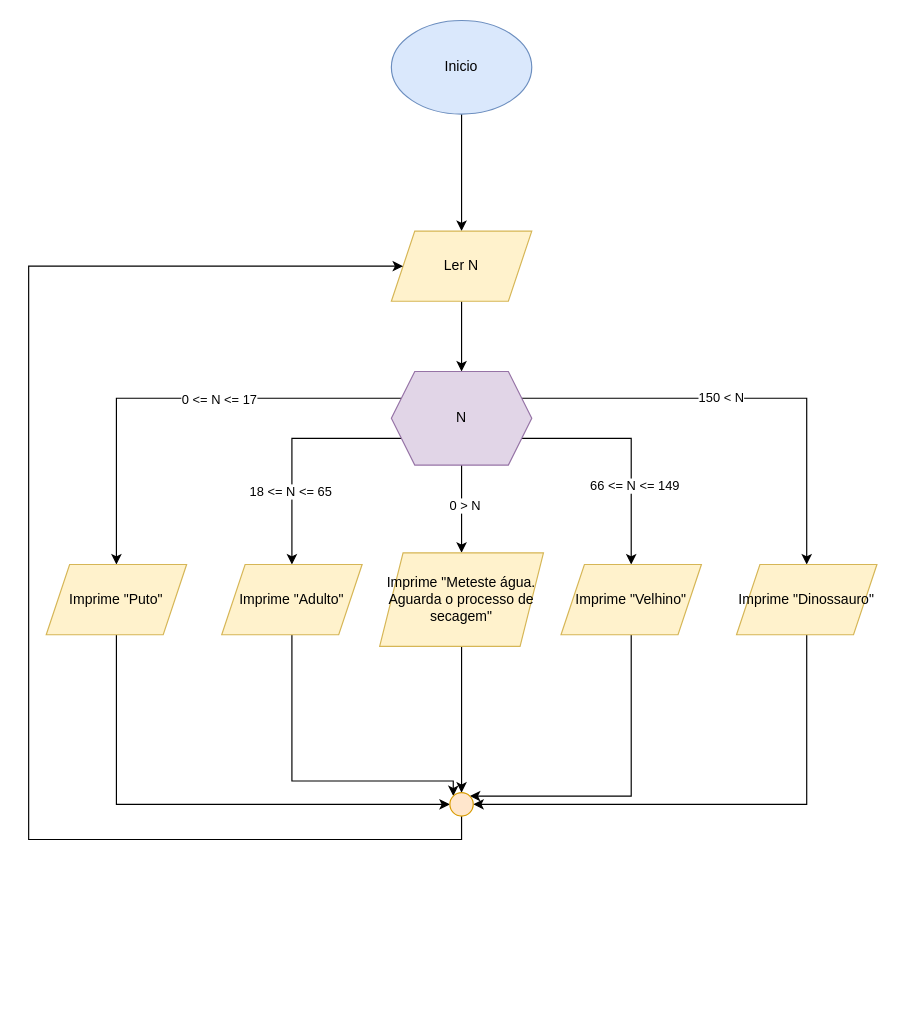
Before: Fluxograma 10.drawio in Kinner25/Fluxogramas, a draw.io diagram. Source tidied: cells renumbered, new cells numbered last; positions are measured from the earlier drawing's top-left corner, leaving out a move shared by most shapes. Both pictures are drawn from the tidied source at 117%, with x=0, y=0 at pixel (28, 20).
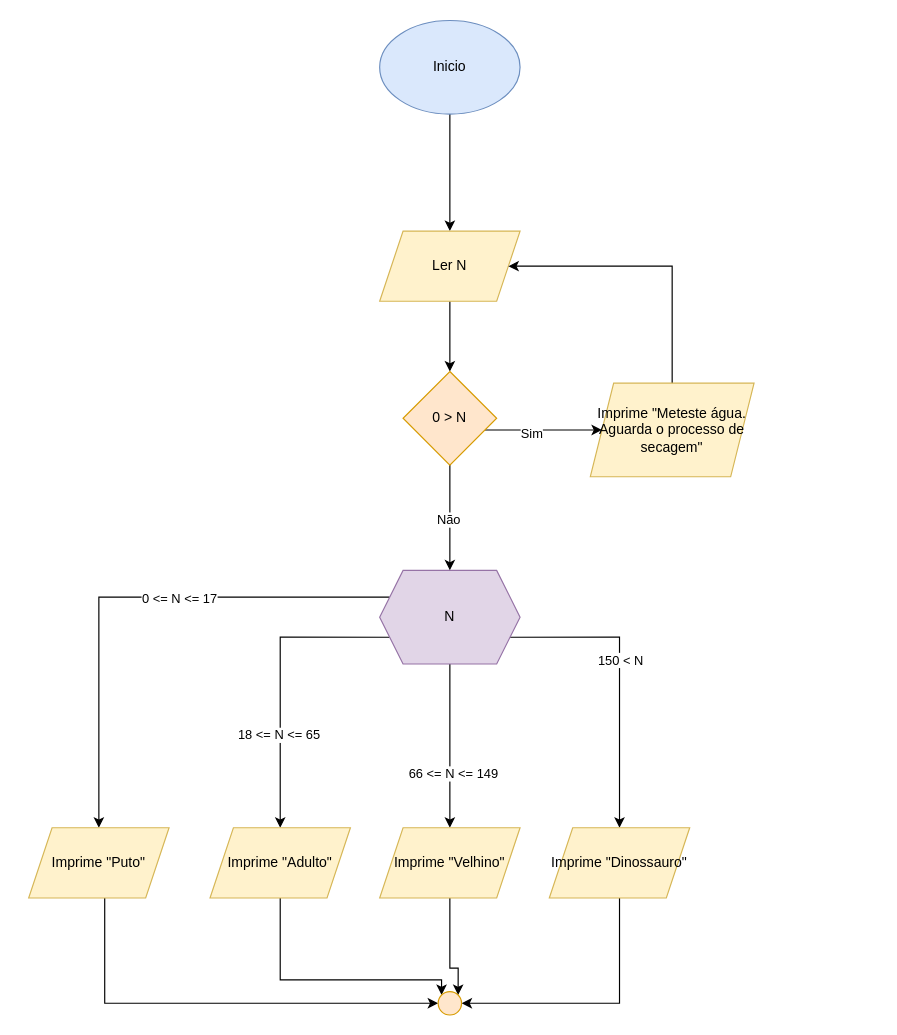
The same page after the edit.

What changed in the source:
```diff
@@
     <mxCell id="3" value="Inicio" style="ellipse;whiteSpace=wrap;html=1;shapeInside=1;fillColor=#dae8fc;strokeColor=#6c8ebf;" parent="1" vertex="1">
-      <mxGeometry x="310" width="120" height="80" as="geometry" />
+      <mxGeometry x="300" width="120" height="80" as="geometry" />
     </mxCell>
-    <mxCell id="4" style="edgeStyle=orthogonalEdgeStyle;rounded=0;jettySize=auto;html=1;" parent="1" edge="1" source="5" target="16">
-      <mxGeometry relative="1" as="geometry" />
-    </mxCell>
+    <mxCell id="29" style="edgeStyle=orthogonalEdgeStyle;rounded=0;jettySize=auto;html=1;entryX=0.5;entryY=0;entryDx=0;entryDy=0;" parent="1" edge="1" source="5" target="7">
+      <mxGeometry relative="1" as="geometry" />
+    </mxCell>
     <mxCell id="5" value="Ler N" style="shape=parallelogram;perimeter=parallelogramPerimeter;whiteSpace=wrap;html=1;shapeInside=1;fixedSize=1;fillColor=#fff2cc;strokeColor=#d6b656;" parent="1" vertex="1">
-      <mxGeometry x="310" y="180" width="120" height="60" as="geometry" />
+      <mxGeometry x="300" y="180" width="120" height="60" as="geometry" />
     </mxCell>
-    <mxCell id="6" style="edgeStyle=orthogonalEdgeStyle;rounded=0;jettySize=auto;html=1;entryX=0.5;entryY=0;entryDx=0;entryDy=0;" parent="1" edge="1" source="16" target="22">
-      <mxGeometry relative="1" as="geometry">
-        <Array as="points">
-          <mxPoint x="370" y="420" />
-          <mxPoint x="370" y="420" />
-        </Array>
-      </mxGeometry>
-    </mxCell>
-    <mxCell id="7" value="0 &amp;gt; N" style="edgeLabel;html=1;align=center;verticalAlign=middle;points=[];" parent="6" vertex="1">
-      <mxGeometry x="-0.09" y="2" relative="1" as="geometry" />
-    </mxCell>
@@
-    <mxCell id="12" style="edgeStyle=orthogonalEdgeStyle;rounded=0;jettySize=auto;html=1;exitX=1;exitY=0.75;exitDx=0;exitDy=0;entryX=0.5;entryY=0;entryDx=0;entryDy=0;" parent="1" edge="1" source="16" target="24">
+    <mxCell id="12" style="edgeStyle=orthogonalEdgeStyle;rounded=0;jettySize=auto;html=1;exitX=0.5;exitY=1;exitDx=0;exitDy=0;entryX=0.5;entryY=0;entryDx=0;entryDy=0;" parent="1" edge="1" source="16" target="24">
       <mxGeometry relative="1" as="geometry" />
     </mxCell>
@@
-    <mxCell id="14" style="edgeStyle=orthogonalEdgeStyle;rounded=0;jettySize=auto;html=1;exitX=1;exitY=0.25;exitDx=0;exitDy=0;entryX=0.5;entryY=0;entryDx=0;entryDy=0;" parent="1" edge="1" source="16" target="26">
+    <mxCell id="14" style="edgeStyle=orthogonalEdgeStyle;rounded=0;jettySize=auto;html=1;exitX=1;exitY=0.75;exitDx=0;exitDy=0;entryX=0.5;entryY=0;entryDx=0;entryDy=0;" parent="1" edge="1" source="16" target="26">
       <mxGeometry relative="1" as="geometry" />
     </mxCell>
@@
     <mxCell id="16" value="N" style="shape=hexagon;perimeter=hexagonPerimeter2;whiteSpace=wrap;html=1;shapeInside=1;fixedSize=1;fillColor=#e1d5e7;strokeColor=#9673a6;" parent="1" vertex="1">
-      <mxGeometry x="310" y="300" width="120" height="80" as="geometry" />
+      <mxGeometry x="300" y="470" width="120" height="80" as="geometry" />
     </mxCell>
     <mxCell id="17" style="edgeStyle=orthogonalEdgeStyle;rounded=0;jettySize=auto;html=1;entryX=0;entryY=0.5;entryDx=0;entryDy=0;" parent="1" edge="1" source="18" target="28">
       <mxGeometry relative="1" as="geometry">
         <Array as="points">
-          <mxPoint x="75" y="670" />
+          <mxPoint x="65" y="840" />
         </Array>
       </mxGeometry>
     </mxCell>
     <mxCell id="18" value="Imprime &quot;Puto&quot;" style="shape=parallelogram;perimeter=parallelogramPerimeter;whiteSpace=wrap;html=1;shapeInside=1;fixedSize=1;fillColor=#fff2cc;strokeColor=#d6b656;" parent="1" vertex="1">
-      <mxGeometry x="15" y="465" width="120" height="60" as="geometry" />
+      <mxGeometry y="690" width="120" height="60" as="geometry" />
     </mxCell>
     <mxCell id="19" style="edgeStyle=orthogonalEdgeStyle;rounded=0;jettySize=auto;html=1;entryX=0;entryY=0;entryDx=0;entryDy=0;" parent="1" edge="1" source="20" target="28">
       <mxGeometry relative="1" as="geometry">
         <Array as="points">
-          <mxPoint x="225" y="650" />
-          <mxPoint x="362.9" y="650" />
+          <mxPoint x="215" y="820" />
+          <mxPoint x="352.9" y="820" />
         </Array>
       </mxGeometry>
     </mxCell>
     <mxCell id="20" value="Imprime &quot;Adulto&quot;" style="shape=parallelogram;perimeter=parallelogramPerimeter;whiteSpace=wrap;html=1;shapeInside=1;fixedSize=1;fillColor=#fff2cc;strokeColor=#d6b656;" parent="1" vertex="1">
-      <mxGeometry x="165" y="465" width="120" height="60" as="geometry" />
+      <mxGeometry x="155" y="690" width="120" height="60" as="geometry" />
     </mxCell>
-    <mxCell id="21" style="edgeStyle=orthogonalEdgeStyle;rounded=0;jettySize=auto;html=1;entryX=0.5;entryY=0;entryDx=0;entryDy=0;" parent="1" edge="1" source="22" target="28">
-      <mxGeometry relative="1" as="geometry" />
-    </mxCell>
+    <mxCell id="30" style="edgeStyle=orthogonalEdgeStyle;rounded=0;jettySize=auto;html=1;entryX=1;entryY=0.5;entryDx=0;entryDy=0;" parent="1" edge="1" source="22" target="5">
+      <mxGeometry relative="1" as="geometry">
+        <Array as="points">
+          <mxPoint x="550" y="210" />
+        </Array>
+      </mxGeometry>
+    </mxCell>
     <mxCell id="22" value="Imprime &quot;Meteste água. Aguarda o processo de secagem&quot;" style="shape=parallelogram;perimeter=parallelogramPerimeter;whiteSpace=wrap;html=1;shapeInside=1;fixedSize=1;fillColor=#fff2cc;strokeColor=#d6b656;" parent="1" vertex="1">
-      <mxGeometry x="300" y="455" width="140" height="80" as="geometry" />
+      <mxGeometry x="480" y="310" width="140" height="80" as="geometry" />
     </mxCell>
     <mxCell id="23" style="edgeStyle=orthogonalEdgeStyle;rounded=0;jettySize=auto;html=1;entryX=1;entryY=0;entryDx=0;entryDy=0;" parent="1" edge="1" source="24" target="28">
       <mxGeometry relative="1" as="geometry">
         <Array as="points">
-          <mxPoint x="515" y="662.9" />
+          <mxPoint x="360" y="810" />
+          <mxPoint x="367.1" y="810" />
         </Array>
       </mxGeometry>
     </mxCell>
     <mxCell id="24" value="Imprime &quot;Velhino&quot;" style="shape=parallelogram;perimeter=parallelogramPerimeter;whiteSpace=wrap;html=1;shapeInside=1;fixedSize=1;fillColor=#fff2cc;strokeColor=#d6b656;" parent="1" vertex="1">
-      <mxGeometry x="455" y="465" width="120" height="60" as="geometry" />
+      <mxGeometry x="300" y="690" width="120" height="60" as="geometry" />
     </mxCell>
     <mxCell id="25" style="edgeStyle=orthogonalEdgeStyle;rounded=0;jettySize=auto;html=1;entryX=1;entryY=0.5;entryDx=0;entryDy=0;" parent="1" edge="1" source="26" target="28">
       <mxGeometry relative="1" as="geometry">
         <Array as="points">
-          <mxPoint x="665" y="670" />
+          <mxPoint x="505" y="840" />
         </Array>
       </mxGeometry>
     </mxCell>
     <mxCell id="26" value="Imprime &quot;Dinossauro&quot;" style="shape=parallelogram;perimeter=parallelogramPerimeter;whiteSpace=wrap;html=1;shapeInside=1;fixedSize=1;fillColor=#fff2cc;strokeColor=#d6b656;" parent="1" vertex="1">
-      <mxGeometry x="605" y="465" width="120" height="60" as="geometry" />
+      <mxGeometry x="445" y="690" width="120" height="60" as="geometry" />
     </mxCell>
-    <mxCell id="27" style="edgeStyle=orthogonalEdgeStyle;rounded=0;jettySize=auto;html=1;entryX=0;entryY=0.5;entryDx=0;entryDy=0;" parent="1" edge="1" source="28" target="5">
-      <mxGeometry relative="1" as="geometry">
-        <Array as="points">
-          <mxPoint x="370" y="700" />
-          <mxPoint y="700" />
-          <mxPoint y="210" />
-        </Array>
-      </mxGeometry>
-    </mxCell>
     <mxCell id="28" style="ellipse;whiteSpace=wrap;html=1;shapeInside=1;fillColor=#ffe6cc;strokeColor=#d79b00;" parent="1" vertex="1">
-      <mxGeometry x="360" y="660" width="20" height="20" as="geometry" />
+      <mxGeometry x="350" y="830" width="20" height="20" as="geometry" />
     </mxCell>
+    <mxCell id="31" style="edgeStyle=orthogonalEdgeStyle;rounded=0;jettySize=auto;html=1;entryX=0;entryY=0.5;entryDx=0;entryDy=0;" parent="1" edge="1" source="7" target="22">
+      <mxGeometry relative="1" as="geometry">
+        <Array as="points">
+          <mxPoint x="430" y="350" />
+          <mxPoint x="430" y="350" />
+        </Array>
+      </mxGeometry>
+    </mxCell>
+    <mxCell id="32" value="Sim" style="edgeLabel;html=1;align=center;verticalAlign=middle;" parent="31" vertex="1">
+      <mxGeometry x="-0.22" y="-2" relative="1" as="geometry" />
+    </mxCell>
+    <mxCell id="33" style="edgeStyle=orthogonalEdgeStyle;rounded=0;jettySize=auto;html=1;entryX=0.5;entryY=0;entryDx=0;entryDy=0;" parent="1" edge="1" source="7" target="16">
+      <mxGeometry relative="1" as="geometry" />
+    </mxCell>
+    <mxCell id="34" value="Não" style="edgeLabel;html=1;align=center;verticalAlign=middle;" parent="33" vertex="1">
+      <mxGeometry x="0.02" y="-2" relative="1" as="geometry" />
+    </mxCell>
+    <mxCell id="7" value="0 &amp;gt; N" style="rhombus;whiteSpace=wrap;html=1;shapeInside=1;fillColor=#ffe6cc;strokeColor=#d79b00;" parent="1" vertex="1">
+      <mxGeometry x="320" y="300" width="80" height="80" as="geometry" />
+    </mxCell>
```
